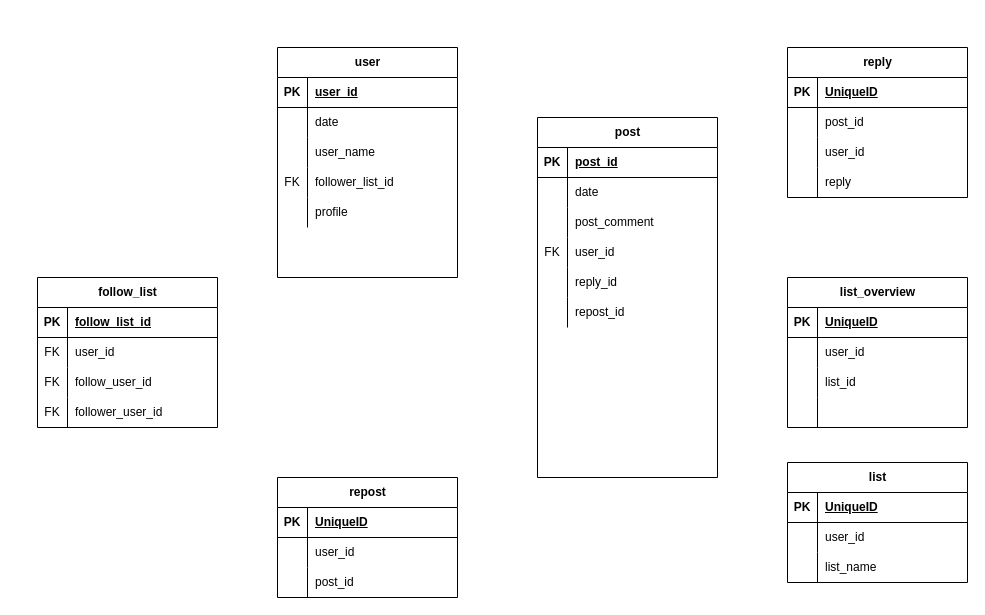
This is X.drawio from namacosansan/ER, a draw.io file, before an edit. Source tidied: cells renumbered, new cells numbered last; positions are measured from the earlier drawing's top-left corner, leaving out a move shared by most shapes. Both pictures are drawn from the tidied source at 100%, with x=0, y=0 at pixel (37, 47).
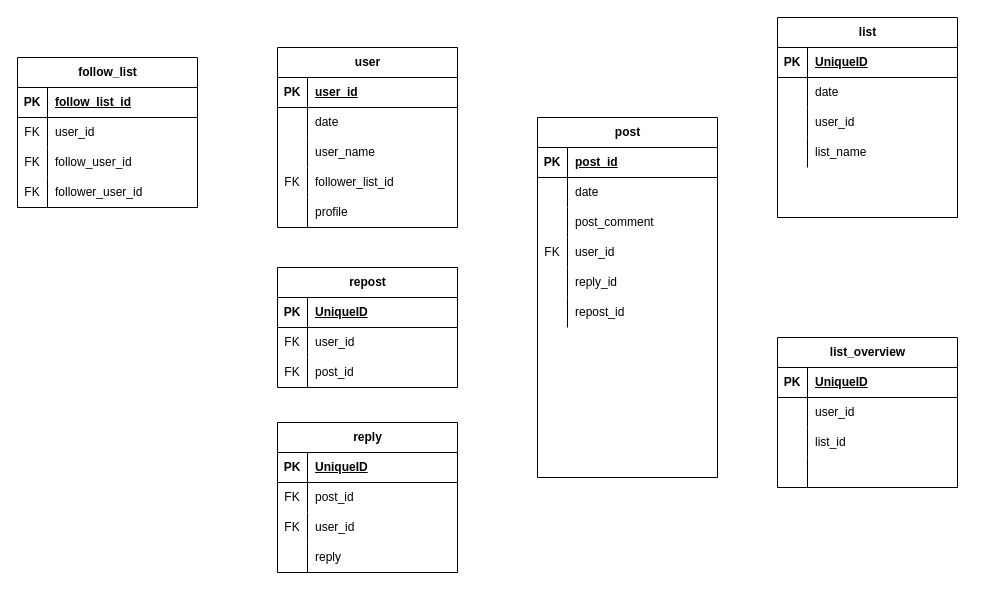
The same page after the edit.

Commit message (it also covers changes not shown here):
X.drawio を更新します

The change refers to these unchanged cells:
```xml
<mxCell id="22" style="shape=tableRow;horizontal=0;startSize=0;swimlaneHead=0;swimlaneBody=0;fillColor=none;top=0;left=0;right=0;bottom=0;" parent="18" vertex="1">
  <mxGeometry y="60" width="180" height="30" as="geometry" />
</mxCell>
<mxCell id="25" style="shape=tableRow;horizontal=0;startSize=0;swimlaneHead=0;swimlaneBody=0;fillColor=none;top=0;left=0;right=0;bottom=0;" parent="18" vertex="1">
  <mxGeometry y="90" width="180" height="30" as="geometry" />
</mxCell>
<mxCell id="35" style="shape=tableRow;horizontal=0;startSize=0;swimlaneHead=0;swimlaneBody=0;fillColor=none;top=0;left=0;right=0;bottom=0;" parent="31" vertex="1">
  <mxGeometry y="60" width="180" height="30" as="geometry" />
</mxCell>
<mxCell id="38" style="shape=tableRow;horizontal=0;startSize=0;swimlaneHead=0;swimlaneBody=0;fillColor=none;top=0;left=0;right=0;bottom=0;" parent="31" vertex="1">
  <mxGeometry y="90" width="180" height="30" as="geometry" />
</mxCell>
<mxCell id="58" style="shape=tableRow;horizontal=0;startSize=0;swimlaneHead=0;swimlaneBody=0;fillColor=none;top=0;left=0;right=0;bottom=0;" parent="54" vertex="1">
  <mxGeometry y="60" width="180" height="30" as="geometry" />
</mxCell>
<mxCell id="61" style="shape=tableRow;horizontal=0;startSize=0;swimlaneHead=0;swimlaneBody=0;fillColor=none;top=0;left=0;right=0;bottom=0;" parent="54" vertex="1">
  <mxGeometry y="90" width="180" height="30" as="geometry" />
</mxCell>
```

The edit, as a diff of the source:
```diff
@@
     <mxCell id="2" value="user" style="shape=table;startSize=30;childLayout=tableLayout;rowLines=0;fontStyle=1;align=center;html=1;" parent="1" vertex="1">
-      <mxGeometry x="240" width="180" height="230" as="geometry" />
+      <mxGeometry x="240" width="180" height="180" as="geometry" />
     </mxCell>
@@
     <mxCell id="18" value="reply" style="shape=table;startSize=30;childLayout=tableLayout;rowLines=0;fontStyle=1;align=center;html=1;" parent="1" vertex="1">
-      <mxGeometry x="750" width="180" height="150" as="geometry" />
+      <mxGeometry x="240" y="375" width="180" height="150" as="geometry" />
     </mxCell>
@@
-    <mxCell id="23" style="shape=partialRectangle;fillColor=none;top=0;left=0;bottom=0;right=0;overflow=hidden;whiteSpace=wrap;html=1;" parent="22" vertex="1">
+    <mxCell id="23" value="FK" style="shape=partialRectangle;fillColor=none;top=0;left=0;bottom=0;right=0;overflow=hidden;whiteSpace=wrap;html=1;" parent="22" vertex="1">
       <mxGeometry width="30" height="30" as="geometry" />
     </mxCell>
@@
-    <mxCell id="26" style="shape=partialRectangle;fillColor=none;top=0;left=0;bottom=0;right=0;overflow=hidden;whiteSpace=wrap;html=1;" parent="25" vertex="1">
+    <mxCell id="26" value="FK" style="shape=partialRectangle;fillColor=none;top=0;left=0;bottom=0;right=0;overflow=hidden;whiteSpace=wrap;html=1;" parent="25" vertex="1">
       <mxGeometry width="30" height="30" as="geometry" />
     </mxCell>
@@
     <mxCell id="31" value="repost" style="shape=table;startSize=30;childLayout=tableLayout;rowLines=0;fontStyle=1;align=center;html=1;" parent="1" vertex="1">
-      <mxGeometry x="240" y="430" width="180" height="120" as="geometry" />
+      <mxGeometry x="240" y="220" width="180" height="120" as="geometry" />
     </mxCell>
@@
-    <mxCell id="36" style="shape=partialRectangle;fillColor=none;top=0;left=0;bottom=0;right=0;overflow=hidden;whiteSpace=wrap;html=1;" parent="35" vertex="1">
+    <mxCell id="36" value="FK" style="shape=partialRectangle;fillColor=none;top=0;left=0;bottom=0;right=0;overflow=hidden;whiteSpace=wrap;html=1;" parent="35" vertex="1">
       <mxGeometry width="30" height="30" as="geometry" />
     </mxCell>
@@
-    <mxCell id="39" style="shape=partialRectangle;fillColor=none;top=0;left=0;bottom=0;right=0;overflow=hidden;whiteSpace=wrap;html=1;" parent="38" vertex="1">
+    <mxCell id="39" value="FK" style="shape=partialRectangle;fillColor=none;top=0;left=0;bottom=0;right=0;overflow=hidden;whiteSpace=wrap;html=1;" parent="38" vertex="1">
       <mxGeometry width="30" height="30" as="geometry" />
     </mxCell>
@@
     <mxCell id="41" value="list_overview" style="shape=table;startSize=30;childLayout=tableLayout;rowLines=0;fontStyle=1;align=center;html=1;" parent="1" vertex="1">
-      <mxGeometry x="750" y="230" width="180" height="150" as="geometry" />
+      <mxGeometry x="740" y="290" width="180" height="150" as="geometry" />
     </mxCell>
@@
     <mxCell id="54" value="list" style="shape=table;startSize=30;childLayout=tableLayout;rowLines=0;fontStyle=1;align=center;html=1;" parent="1" vertex="1">
-      <mxGeometry x="750" y="415" width="180" height="120" as="geometry" />
+      <mxGeometry x="740" y="-30" width="180" height="200" as="geometry" />
     </mxCell>
@@
-    <mxCell id="60" value="user_id" style="shape=partialRectangle;fillColor=none;top=0;left=0;bottom=0;right=0;align=left;spacingLeft=6;overflow=hidden;whiteSpace=wrap;html=1;" parent="58" vertex="1">
+    <mxCell id="60" value="date" style="shape=partialRectangle;fillColor=none;top=0;left=0;bottom=0;right=0;align=left;spacingLeft=6;overflow=hidden;whiteSpace=wrap;html=1;" parent="58" vertex="1">
       <mxGeometry x="30" width="150" height="30" as="geometry" />
     </mxCell>
@@
-    <mxCell id="63" value="list_name" style="shape=partialRectangle;fillColor=none;top=0;left=0;bottom=0;right=0;align=left;spacingLeft=6;overflow=hidden;whiteSpace=wrap;html=1;" parent="61" vertex="1">
+    <mxCell id="63" value="user_id" style="shape=partialRectangle;fillColor=none;top=0;left=0;bottom=0;right=0;align=left;spacingLeft=6;overflow=hidden;whiteSpace=wrap;html=1;" parent="61" vertex="1">
       <mxGeometry x="30" width="150" height="30" as="geometry" />
     </mxCell>
+    <mxCell id="96" style="shape=tableRow;horizontal=0;startSize=0;swimlaneHead=0;swimlaneBody=0;fillColor=none;top=0;left=0;right=0;bottom=0;" parent="54" vertex="1">
+      <mxGeometry y="120" width="180" height="30" as="geometry" />
+    </mxCell>
+    <mxCell id="97" style="shape=partialRectangle;fillColor=none;top=0;left=0;bottom=0;right=0;overflow=hidden;whiteSpace=wrap;html=1;" parent="96" vertex="1">
+      <mxGeometry width="30" height="30" as="geometry" />
+    </mxCell>
+    <mxCell id="98" value="list_name" style="shape=partialRectangle;fillColor=none;top=0;left=0;bottom=0;right=0;align=left;spacingLeft=6;overflow=hidden;whiteSpace=wrap;html=1;" parent="96" vertex="1">
+      <mxGeometry x="30" width="150" height="30" as="geometry" />
+    </mxCell>
     <mxCell id="64" value="follow_list" style="shape=table;startSize=30;childLayout=tableLayout;rowLines=0;fontStyle=1;align=center;html=1;" parent="1" vertex="1">
-      <mxGeometry y="230" width="180" height="150" as="geometry" />
+      <mxGeometry x="-20" y="10" width="180" height="150" as="geometry" />
     </mxCell>
```
